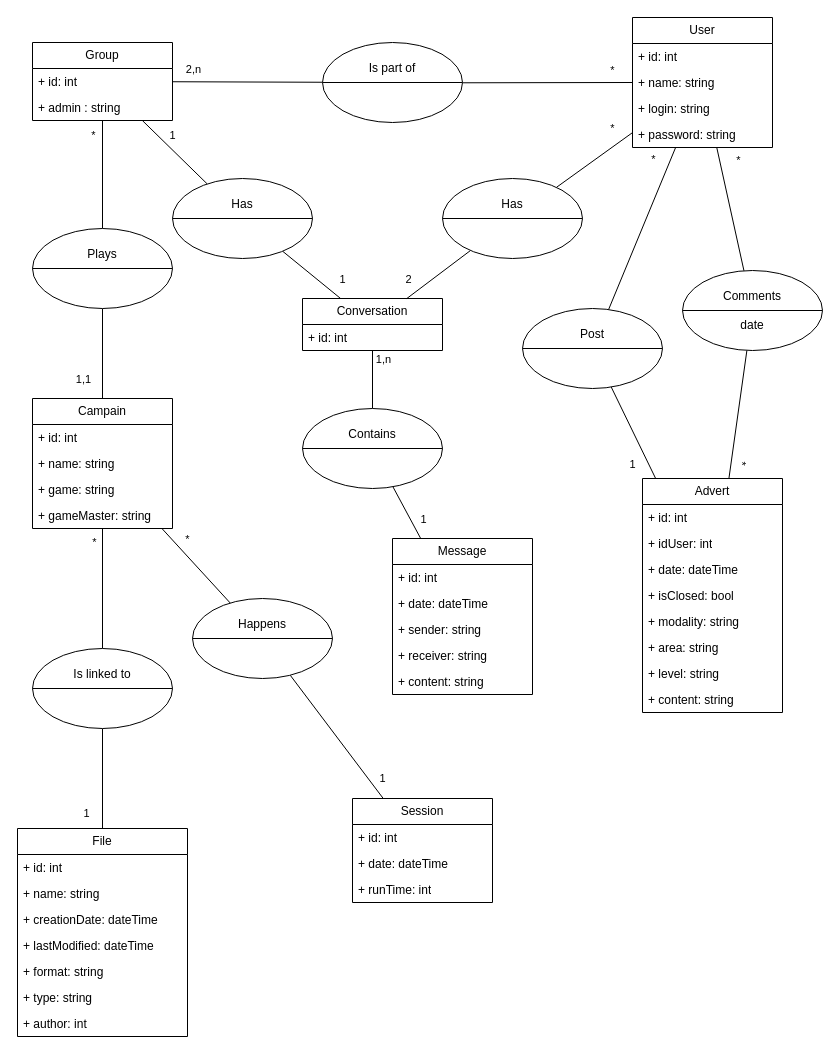
Earlier version of the draw.io diagram page "MCD" (1 of 4) of Documentation/Diagrames.drawio (ThreeLeggedDuckling/I3WAD_SymfonyProject). Source tidied: cells renumbered, new cells numbered last; positions are measured from the earlier drawing's top-left corner, leaving out a move shared by most shapes. Both pictures are drawn from the tidied source at 100%, with x=0, y=0 at pixel (17, 17).
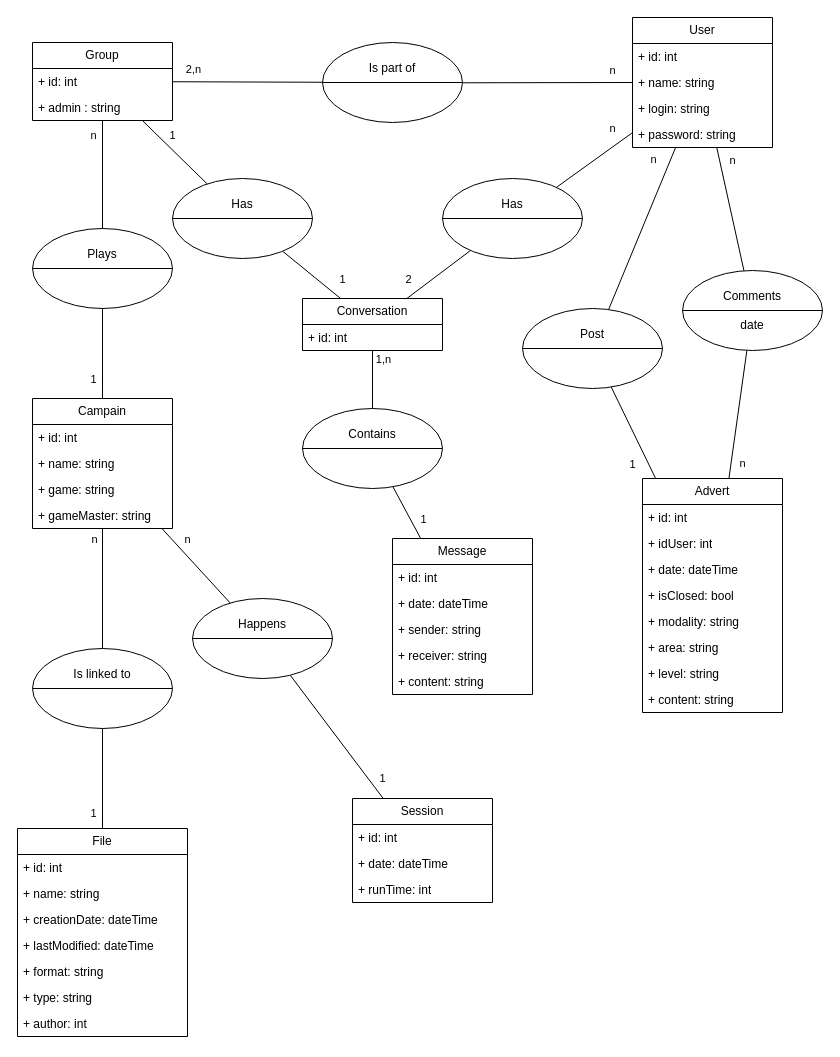
The same page after the edit.

Unchanged cells that the change refers to:
```xml
<mxCell id="44" style="endArrow=none;html=1;rounded=0;" parent="1" edge="1" source="83" target="7">
  <mxGeometry relative="1" as="geometry" />
</mxCell>
<mxCell id="48" style="endArrow=none;html=1;rounded=0;" parent="1" edge="1" source="82" target="2">
  <mxGeometry relative="1" as="geometry" />
</mxCell>
<mxCell id="52" style="endArrow=none;html=1;rounded=0;" parent="1" edge="1" source="85" target="2">
  <mxGeometry relative="1" as="geometry" />
</mxCell>
<mxCell id="54" style="endArrow=none;html=1;rounded=0;" parent="1" edge="1" source="80" target="2">
  <mxGeometry relative="1" as="geometry" />
</mxCell>
<mxCell id="64" style="endArrow=none;html=1;rounded=0;" parent="1" edge="1" source="86" target="2">
  <mxGeometry relative="1" as="geometry" />
</mxCell>
<mxCell id="68" style="endArrow=none;html=1;rounded=0;" parent="1" edge="1" source="10" target="86">
  <mxGeometry relative="1" as="geometry" />
</mxCell>
<mxCell id="70" style="endArrow=none;html=1;rounded=0;" parent="1" edge="1" source="27" target="83">
  <mxGeometry relative="1" as="geometry" />
</mxCell>
<mxCell id="72" style="endArrow=none;html=1;rounded=0;" parent="1" edge="1" source="32" target="88">
  <mxGeometry relative="1" as="geometry" />
</mxCell>
<mxCell id="76" style="endArrow=none;html=1;rounded=0;" parent="1" edge="1" source="88" target="27">
  <mxGeometry relative="1" as="geometry" />
</mxCell>
<mxCell id="78" style="endArrow=none;html=1;rounded=0;" parent="1" edge="1" source="87" target="27">
  <mxGeometry relative="1" as="geometry" />
</mxCell>
```

Change to the diagram source:
```diff
@@
-    <mxCell id="45" value="*" style="edgeLabel;html=1;align=center;verticalAlign=middle;" parent="44" vertex="1">
+    <mxCell id="45" value="n" style="edgeLabel;html=1;align=center;verticalAlign=middle;" parent="44" vertex="1">
       <mxGeometry y="-1" relative="1" as="geometry">
         <mxPoint x="-11" y="-40" as="offset" />
       </mxGeometry>
     </mxCell>
@@
-    <mxCell id="49" value="*" style="edgeLabel;html=1;align=center;verticalAlign=middle;" parent="48" vertex="1">
+    <mxCell id="49" value="n" style="edgeLabel;html=1;align=center;verticalAlign=middle;" parent="48" vertex="1">
       <mxGeometry x="0.02" relative="1" as="geometry">
         <mxPoint x="17" y="-31" as="offset" />
       </mxGeometry>
     </mxCell>
@@
-    <mxCell id="53" value="*" style="edgeLabel;html=1;align=center;verticalAlign=middle;" parent="52" vertex="1">
+    <mxCell id="53" value="n" style="edgeLabel;html=1;align=center;verticalAlign=middle;" parent="52" vertex="1">
       <mxGeometry x="0.02" y="-1" relative="1" as="geometry">
         <mxPoint x="9" y="-69" as="offset" />
       </mxGeometry>
     </mxCell>
@@
-    <mxCell id="55" value="*" style="edgeLabel;html=1;align=center;verticalAlign=middle;" parent="54" vertex="1">
+    <mxCell id="55" value="n" style="edgeLabel;html=1;align=center;verticalAlign=middle;" parent="54" vertex="1">
       <mxGeometry relative="1" as="geometry">
         <mxPoint x="65" y="-13" as="offset" />
       </mxGeometry>
     </mxCell>
@@
-    <mxCell id="65" value="*" style="edgeLabel;html=1;align=center;verticalAlign=middle;" parent="64" vertex="1">
+    <mxCell id="65" value="n" style="edgeLabel;html=1;align=center;verticalAlign=middle;" parent="64" vertex="1">
       <mxGeometry x="0.02" y="2" relative="1" as="geometry">
-        <mxPoint x="10" y="-49" as="offset" />
+        <mxPoint x="4" y="-49" as="offset" />
       </mxGeometry>
     </mxCell>
@@
-    <mxCell id="69" value="*" style="edgeLabel;html=1;align=center;verticalAlign=middle;rotation=90;" parent="68" vertex="1">
-      <mxGeometry relative="1" as="geometry">
-        <mxPoint x="5" y="49" as="offset" />
-      </mxGeometry>
-    </mxCell>
+    <mxCell id="89" value="n" style="edgeLabel;html=1;align=center;verticalAlign=middle;" parent="68" vertex="1">
+      <mxGeometry x="0.03" y="1" relative="1" as="geometry">
+        <mxPoint x="5" y="51" as="offset" />
+      </mxGeometry>
+    </mxCell>
@@
-    <mxCell id="71" value="1,1" style="edgeLabel;html=1;align=center;verticalAlign=middle;" parent="70" vertex="1">
+    <mxCell id="71" value="1" style="edgeLabel;html=1;align=center;verticalAlign=middle;" parent="70" vertex="1">
       <mxGeometry x="-0.04" y="-2" relative="1" as="geometry">
-        <mxPoint x="-22" y="23" as="offset" />
+        <mxPoint x="-12" y="23" as="offset" />
       </mxGeometry>
     </mxCell>
@@
     <mxCell id="73" value="1" style="edgeLabel;html=1;align=center;verticalAlign=middle;" parent="72" vertex="1">
       <mxGeometry x="-0.02" y="1" relative="1" as="geometry">
-        <mxPoint x="-16" y="33" as="offset" />
+        <mxPoint x="-9" y="33" as="offset" />
       </mxGeometry>
     </mxCell>
@@
-    <mxCell id="77" value="*" style="edgeLabel;html=1;align=center;verticalAlign=middle;" parent="76" vertex="1">
+    <mxCell id="77" value="n" style="edgeLabel;html=1;align=center;verticalAlign=middle;" parent="76" vertex="1">
       <mxGeometry x="-0.01" y="-1" relative="1" as="geometry">
-        <mxPoint x="-10" y="-48" as="offset" />
+        <mxPoint x="-10" y="-51" as="offset" />
       </mxGeometry>
     </mxCell>
@@
-    <mxCell id="79" value="*" style="edgeLabel;html=1;align=center;verticalAlign=middle;" parent="78" vertex="1">
+    <mxCell id="79" value="n" style="edgeLabel;html=1;align=center;verticalAlign=middle;" parent="78" vertex="1">
       <mxGeometry x="-0.03" y="1" relative="1" as="geometry">
         <mxPoint x="-9" y="-29" as="offset" />
       </mxGeometry>
     </mxCell>
```
